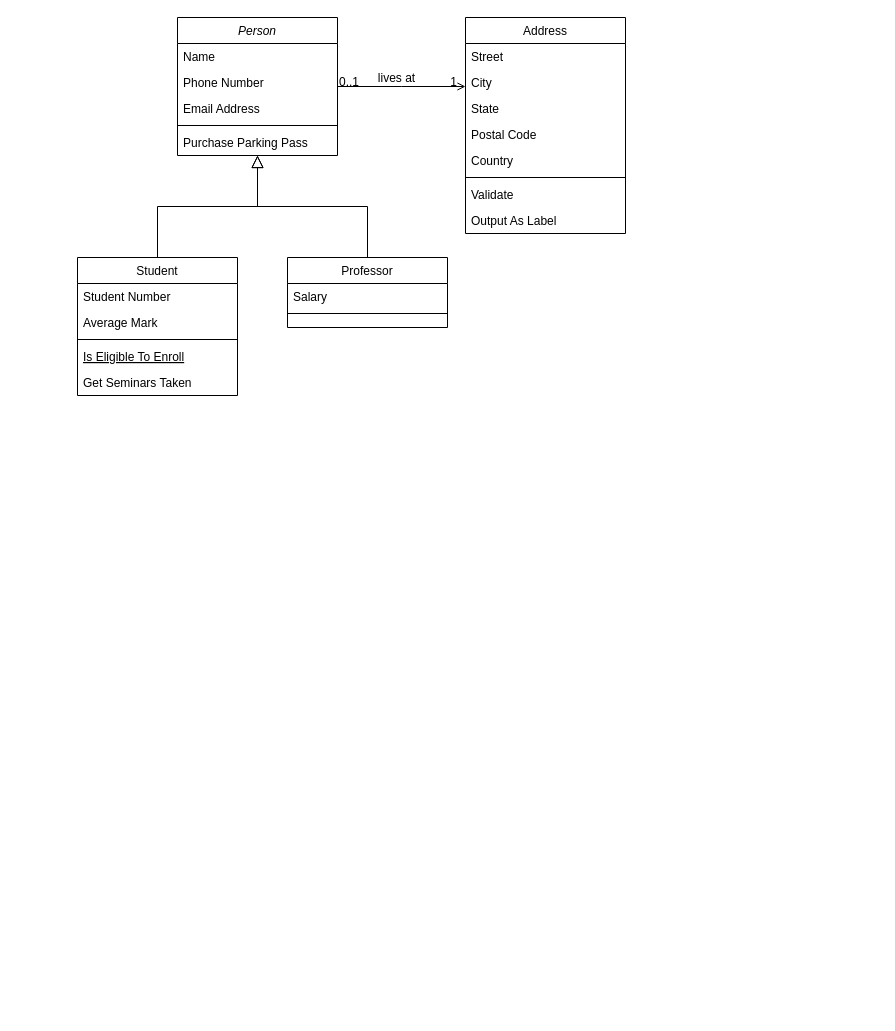
The draw.io diagram library.drawio in fkurushin/information_systems_architecture, before the edit. Source tidied: cells renumbered, new cells numbered last; positions are measured from the earlier drawing's top-left corner, leaving out a move shared by most shapes. Both pictures are drawn from the tidied source at 100%, with x=0, y=0 at pixel (77, 17).
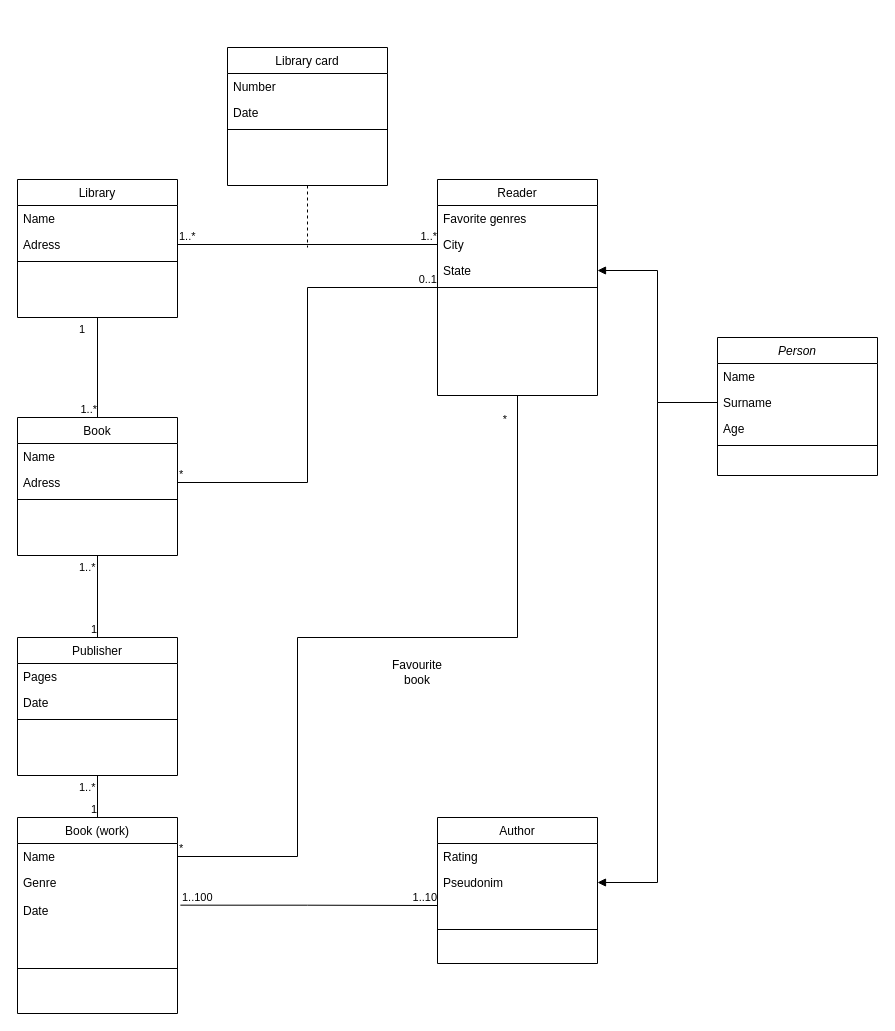
Above is the later version.

The change refers to these unchanged cells:
```xml
<mxCell id="21" value="City" style="text;align=left;verticalAlign=top;spacingLeft=4;spacingRight=4;overflow=hidden;points=[[0,0.5],[1,0.5]];portConstraint=eastwest;rounded=0;shadow=0;html=0;" parent="19" vertex="1">
  <mxGeometry y="52" width="160" height="26" as="geometry" />
</mxCell>
<mxCell id="22" value="State" style="text;align=left;verticalAlign=top;spacingLeft=4;spacingRight=4;overflow=hidden;points=[[0,0.5],[1,0.5]];portConstraint=eastwest;rounded=0;shadow=0;html=0;" parent="19" vertex="1">
  <mxGeometry y="78" width="160" height="26" as="geometry" />
</mxCell>
```

Diff of the diagram source:
```diff
@@
     <mxCell id="2" value="Person" style="swimlane;fontStyle=2;align=center;verticalAlign=top;horizontal=1;startSize=26;rounded=0;shadow=0;strokeWidth=1;" parent="1" vertex="1">
-      <mxGeometry x="100" width="160" height="138" as="geometry" />
+      <mxGeometry x="640" y="320" width="160" height="138" as="geometry" />
     </mxCell>
@@
-    <mxCell id="4" value="Phone Number" style="text;align=left;verticalAlign=top;spacingLeft=4;spacingRight=4;overflow=hidden;points=[[0,0.5],[1,0.5]];portConstraint=eastwest;rounded=0;shadow=0;html=0;" parent="2" vertex="1">
+    <mxCell id="4" value="Surname" style="text;align=left;verticalAlign=top;spacingLeft=4;spacingRight=4;overflow=hidden;points=[[0,0.5],[1,0.5]];portConstraint=eastwest;rounded=0;shadow=0;html=0;" parent="2" vertex="1">
       <mxGeometry y="52" width="160" height="26" as="geometry" />
     </mxCell>
-    <mxCell id="5" value="Email Address" style="text;align=left;verticalAlign=top;spacingLeft=4;spacingRight=4;overflow=hidden;rounded=0;shadow=0;html=0;" parent="2" vertex="1">
+    <mxCell id="5" value="Age" style="text;align=left;verticalAlign=top;spacingLeft=4;spacingRight=4;overflow=hidden;rounded=0;shadow=0;html=0;" parent="2" vertex="1">
       <mxGeometry y="78" width="160" height="26" as="geometry" />
     </mxCell>
@@
-    <mxCell id="7" value="Purchase Parking Pass" style="text;align=left;verticalAlign=top;spacingLeft=4;spacingRight=4;overflow=hidden;" parent="2" vertex="1">
-      <mxGeometry y="112" width="160" height="26" as="geometry" />
-    </mxCell>
-    <mxCell id="8" value="Student" style="swimlane;fontStyle=0;align=center;verticalAlign=top;horizontal=1;startSize=26;rounded=0;shadow=0;strokeWidth=1;" parent="1" vertex="1">
-      <mxGeometry y="240" width="160" height="138" as="geometry" />
+    <mxCell id="8" value="Library" style="swimlane;fontStyle=0;align=center;verticalAlign=top;horizontal=1;startSize=26;rounded=0;shadow=0;strokeWidth=1;" parent="1" vertex="1">
+      <mxGeometry x="-60" y="162" width="160" height="138" as="geometry" />
     </mxCell>
-    <mxCell id="9" value="Student Number" style="text;align=left;verticalAlign=top;spacingLeft=4;spacingRight=4;overflow=hidden;" parent="8" vertex="1">
+    <mxCell id="9" value="Name" style="text;align=left;verticalAlign=top;spacingLeft=4;spacingRight=4;overflow=hidden;" parent="8" vertex="1">
       <mxGeometry y="26" width="160" height="26" as="geometry" />
     </mxCell>
-    <mxCell id="10" value="Average Mark" style="text;align=left;verticalAlign=top;spacingLeft=4;spacingRight=4;overflow=hidden;points=[[0,0.5],[1,0.5]];portConstraint=eastwest;rounded=0;shadow=0;html=0;" parent="8" vertex="1">
+    <mxCell id="10" value="Adress" style="text;align=left;verticalAlign=top;spacingLeft=4;spacingRight=4;overflow=hidden;points=[[0,0.5],[1,0.5]];portConstraint=eastwest;rounded=0;shadow=0;html=0;" parent="8" vertex="1">
       <mxGeometry y="52" width="160" height="26" as="geometry" />
     </mxCell>
@@
-    <mxCell id="12" value="Is Eligible To Enroll" style="text;align=left;verticalAlign=top;spacingLeft=4;spacingRight=4;overflow=hidden;fontStyle=4;" parent="8" vertex="1">
-      <mxGeometry y="86" width="160" height="26" as="geometry" />
-    </mxCell>
-    <mxCell id="13" value="Get Seminars Taken" style="text;align=left;verticalAlign=top;spacingLeft=4;spacingRight=4;overflow=hidden;" parent="8" vertex="1">
-      <mxGeometry y="112" width="160" height="26" as="geometry" />
-    </mxCell>
-    <mxCell id="14" style="endArrow=block;endSize=10;endFill=0;shadow=0;strokeWidth=1;rounded=0;edgeStyle=elbowEdgeStyle;elbow=vertical;" parent="1" edge="1" source="8" target="2">
-      <mxGeometry relative="1" as="geometry" />
-    </mxCell>
-    <mxCell id="15" value="Professor" style="swimlane;fontStyle=0;align=center;verticalAlign=top;horizontal=1;startSize=26;rounded=0;shadow=0;strokeWidth=1;" parent="1" vertex="1">
-      <mxGeometry x="210" y="240" width="160" height="70" as="geometry" />
+    <mxCell id="15" value="Author" style="swimlane;fontStyle=0;align=center;verticalAlign=top;horizontal=1;startSize=26;rounded=0;shadow=0;strokeWidth=1;" parent="1" vertex="1">
+      <mxGeometry x="360" y="800" width="160" height="146" as="geometry" />
     </mxCell>
-    <mxCell id="16" value="Salary" style="text;align=left;verticalAlign=top;spacingLeft=4;spacingRight=4;overflow=hidden;" parent="15" vertex="1">
+    <mxCell id="16" value="Rating" style="text;align=left;verticalAlign=top;spacingLeft=4;spacingRight=4;overflow=hidden;" parent="15" vertex="1">
       <mxGeometry y="26" width="160" height="26" as="geometry" />
     </mxCell>
+    <mxCell id="32" value="Pseudonim" style="text;align=left;verticalAlign=top;spacingLeft=4;spacingRight=4;overflow=hidden;points=[[0,0.5],[1,0.5]];portConstraint=eastwest;" parent="15" vertex="1">
+      <mxGeometry y="52" width="160" height="26" as="geometry" />
+    </mxCell>
     <mxCell id="17" style="line;html=1;strokeWidth=1;align=left;verticalAlign=middle;spacingTop=-1;spacingLeft=3;spacingRight=3;labelPosition=right;" parent="15" vertex="1">
-      <mxGeometry y="52" width="160" height="8" as="geometry" />
+      <mxGeometry y="78" width="160" height="68" as="geometry" />
     </mxCell>
-    <mxCell id="18" style="endArrow=block;endSize=10;endFill=0;shadow=0;strokeWidth=1;rounded=0;edgeStyle=elbowEdgeStyle;elbow=vertical;" parent="1" edge="1" source="15" target="2">
-      <mxGeometry relative="1" as="geometry" />
-    </mxCell>
-    <mxCell id="19" value="Address" style="swimlane;fontStyle=0;align=center;verticalAlign=top;horizontal=1;startSize=26;rounded=0;shadow=0;strokeWidth=1;" parent="1" vertex="1">
-      <mxGeometry x="388" width="160" height="216" as="geometry" />
+    <mxCell id="19" value="Reader" style="swimlane;fontStyle=0;align=center;verticalAlign=top;horizontal=1;startSize=26;rounded=0;shadow=0;strokeWidth=1;" parent="1" vertex="1">
+      <mxGeometry x="360" y="162" width="160" height="216" as="geometry" />
     </mxCell>
-    <mxCell id="20" value="Street" style="text;align=left;verticalAlign=top;spacingLeft=4;spacingRight=4;overflow=hidden;" parent="19" vertex="1">
+    <mxCell id="20" value="Favorite genres" style="text;align=left;verticalAlign=top;spacingLeft=4;spacingRight=4;overflow=hidden;" parent="19" vertex="1">
       <mxGeometry y="26" width="160" height="26" as="geometry" />
     </mxCell>
@@
-    <mxCell id="23" value="Postal Code" style="text;align=left;verticalAlign=top;spacingLeft=4;spacingRight=4;overflow=hidden;rounded=0;shadow=0;html=0;" parent="19" vertex="1">
-      <mxGeometry y="104" width="160" height="26" as="geometry" />
-    </mxCell>
-    <mxCell id="24" value="Country" style="text;align=left;verticalAlign=top;spacingLeft=4;spacingRight=4;overflow=hidden;rounded=0;shadow=0;html=0;" parent="19" vertex="1">
-      <mxGeometry y="130" width="160" height="26" as="geometry" />
-    </mxCell>
     <mxCell id="25" style="line;html=1;strokeWidth=1;align=left;verticalAlign=middle;spacingTop=-1;spacingLeft=3;spacingRight=3;labelPosition=right;" parent="19" vertex="1">
-      <mxGeometry y="156" width="160" height="8" as="geometry" />
+      <mxGeometry y="104" width="160" height="8" as="geometry" />
     </mxCell>
-    <mxCell id="26" value="Validate" style="text;align=left;verticalAlign=top;spacingLeft=4;spacingRight=4;overflow=hidden;" parent="19" vertex="1">
-      <mxGeometry y="164" width="160" height="26" as="geometry" />
-    </mxCell>
-    <mxCell id="27" value="Output As Label" style="text;align=left;verticalAlign=top;spacingLeft=4;spacingRight=4;overflow=hidden;" parent="19" vertex="1">
-      <mxGeometry y="190" width="160" height="26" as="geometry" />
-    </mxCell>
-    <mxCell id="28" style="endArrow=open;shadow=0;strokeWidth=1;rounded=0;endFill=1;edgeStyle=elbowEdgeStyle;elbow=vertical;" parent="1" edge="1" source="2" target="19">
-      <mxGeometry x="0.5" y="41" relative="1" as="geometry">
-        <mxPoint x="-40" y="32" as="offset" />
-      </mxGeometry>
-    </mxCell>
+    <mxCell id="33" style="endArrow=block;endFill=1;html=1;edgeStyle=orthogonalEdgeStyle;align=left;verticalAlign=top;rounded=0;entryX=1;entryY=0.5;entryDx=0;entryDy=0;exitX=0;exitY=0.5;exitDx=0;exitDy=0;" parent="1" edge="1" source="4" target="32">
+      <mxGeometry x="0.12" y="40" relative="1" as="geometry" />
+    </mxCell>
+    <mxCell id="34" style="endArrow=block;endFill=1;html=1;edgeStyle=orthogonalEdgeStyle;align=left;verticalAlign=top;rounded=0;entryX=1;entryY=0.5;entryDx=0;entryDy=0;exitX=0;exitY=0.5;exitDx=0;exitDy=0;" parent="1" edge="1" source="4" target="22">
+      <mxGeometry x="-1" relative="1" as="geometry" />
+    </mxCell>
+    <mxCell id="35" style="endArrow=none;html=1;edgeStyle=orthogonalEdgeStyle;rounded=0;exitX=1;exitY=0.5;exitDx=0;exitDy=0;entryX=0;entryY=0.5;entryDx=0;entryDy=0;" parent="1" edge="1" source="10" target="21">
+      <mxGeometry relative="1" as="geometry" />
+    </mxCell>
+    <mxCell id="36" value="1..*" style="edgeLabel;html=1;align=left;verticalAlign=bottom;" parent="35" vertex="1">
+      <mxGeometry x="-1" relative="1" as="geometry" />
+    </mxCell>
+    <mxCell id="37" value="1..*" style="edgeLabel;html=1;align=right;verticalAlign=bottom;" parent="35" vertex="1">
+      <mxGeometry x="1" relative="1" as="geometry" />
+    </mxCell>
+    <mxCell id="38" value="Book" style="swimlane;fontStyle=0;align=center;verticalAlign=top;horizontal=1;startSize=26;rounded=0;shadow=0;strokeWidth=1;" parent="1" vertex="1">
+      <mxGeometry x="-60" y="400" width="160" height="138" as="geometry" />
+    </mxCell>
+    <mxCell id="39" value="Name" style="text;align=left;verticalAlign=top;spacingLeft=4;spacingRight=4;overflow=hidden;" parent="38" vertex="1">
+      <mxGeometry y="26" width="160" height="26" as="geometry" />
+    </mxCell>
+    <mxCell id="40" value="Adress" style="text;align=left;verticalAlign=top;spacingLeft=4;spacingRight=4;overflow=hidden;points=[[0,0.5],[1,0.5]];portConstraint=eastwest;rounded=0;shadow=0;html=0;" parent="38" vertex="1">
+      <mxGeometry y="52" width="160" height="26" as="geometry" />
+    </mxCell>
+    <mxCell id="41" style="line;html=1;strokeWidth=1;align=left;verticalAlign=middle;spacingTop=-1;spacingLeft=3;spacingRight=3;labelPosition=right;" parent="38" vertex="1">
+      <mxGeometry y="78" width="160" height="8" as="geometry" />
+    </mxCell>
+    <mxCell id="42" style="endArrow=none;html=1;edgeStyle=orthogonalEdgeStyle;rounded=0;exitX=0.5;exitY=1;exitDx=0;exitDy=0;entryX=0.5;entryY=0;entryDx=0;entryDy=0;" parent="1" edge="1" source="8" target="38">
+      <mxGeometry relative="1" as="geometry" />
+    </mxCell>
+    <mxCell id="43" value="1" style="edgeLabel;html=1;align=left;verticalAlign=bottom;" parent="42" vertex="1">
+      <mxGeometry x="-1" relative="1" as="geometry">
+        <mxPoint x="-20" y="20" as="offset" />
+      </mxGeometry>
+    </mxCell>
+    <mxCell id="44" value="1..*" style="edgeLabel;html=1;align=right;verticalAlign=bottom;" parent="42" vertex="1">
+      <mxGeometry x="1" relative="1" as="geometry" />
+    </mxCell>
+    <mxCell id="45" value="Publisher" style="swimlane;fontStyle=0;align=center;verticalAlign=top;horizontal=1;startSize=26;rounded=0;shadow=0;strokeWidth=1;" parent="1" vertex="1">
+      <mxGeometry x="-60" y="620" width="160" height="138" as="geometry" />
+    </mxCell>
+    <mxCell id="46" value="Pages" style="text;align=left;verticalAlign=top;spacingLeft=4;spacingRight=4;overflow=hidden;" parent="45" vertex="1">
+      <mxGeometry y="26" width="160" height="26" as="geometry" />
+    </mxCell>
+    <mxCell id="47" value="Date" style="text;align=left;verticalAlign=top;spacingLeft=4;spacingRight=4;overflow=hidden;rounded=0;shadow=0;html=0;" parent="45" vertex="1">
+      <mxGeometry y="52" width="160" height="26" as="geometry" />
+    </mxCell>
+    <mxCell id="48" style="line;html=1;strokeWidth=1;align=left;verticalAlign=middle;spacingTop=-1;spacingLeft=3;spacingRight=3;labelPosition=right;" parent="45" vertex="1">
+      <mxGeometry y="78" width="160" height="8" as="geometry" />
+    </mxCell>
+    <mxCell id="49" style="endArrow=none;html=1;edgeStyle=orthogonalEdgeStyle;rounded=0;exitX=0.5;exitY=1;exitDx=0;exitDy=0;entryX=0.5;entryY=0;entryDx=0;entryDy=0;" parent="1" edge="1" source="38" target="45">
+      <mxGeometry relative="1" as="geometry" />
+    </mxCell>
+    <mxCell id="50" value="1..*" style="edgeLabel;html=1;align=left;verticalAlign=bottom;" parent="49" vertex="1">
+      <mxGeometry x="-1" relative="1" as="geometry">
+        <mxPoint x="-20" y="20" as="offset" />
+      </mxGeometry>
+    </mxCell>
+    <mxCell id="51" value="1" style="edgeLabel;html=1;align=right;verticalAlign=bottom;" parent="49" vertex="1">
+      <mxGeometry x="1" relative="1" as="geometry" />
+    </mxCell>
+    <mxCell id="52" value="Book (work)" style="swimlane;fontStyle=0;align=center;verticalAlign=top;horizontal=1;startSize=26;rounded=0;shadow=0;strokeWidth=1;" parent="1" vertex="1">
+      <mxGeometry x="-60" y="800" width="160" height="196" as="geometry" />
+    </mxCell>
+    <mxCell id="53" value="Name" style="text;align=left;verticalAlign=top;spacingLeft=4;spacingRight=4;overflow=hidden;points=[[0,0.5],[1,0.5]];portConstraint=eastwest;" parent="52" vertex="1">
+      <mxGeometry y="26" width="160" height="26" as="geometry" />
+    </mxCell>
+    <mxCell id="54" value="Genre" style="text;align=left;verticalAlign=top;spacingLeft=4;spacingRight=4;overflow=hidden;rounded=0;shadow=0;html=0;" parent="52" vertex="1">
+      <mxGeometry y="52" width="160" height="28" as="geometry" />
+    </mxCell>
+    <mxCell id="55" value="Date" style="text;align=left;verticalAlign=top;spacingLeft=4;spacingRight=4;overflow=hidden;points=[[0,0.5],[1,0.5]];portConstraint=eastwest;rounded=0;shadow=0;html=0;" parent="52" vertex="1">
+      <mxGeometry y="80" width="160" height="26" as="geometry" />
+    </mxCell>
+    <mxCell id="56" style="line;html=1;strokeWidth=1;align=left;verticalAlign=middle;spacingTop=-1;spacingLeft=3;spacingRight=3;labelPosition=right;" parent="52" vertex="1">
+      <mxGeometry y="106" width="160" height="90" as="geometry" />
+    </mxCell>
+    <mxCell id="57" style="endArrow=none;html=1;edgeStyle=orthogonalEdgeStyle;rounded=0;exitX=1.018;exitY=0.295;exitDx=0;exitDy=0;exitPerimeter=0;" parent="1" edge="1" source="55">
+      <mxGeometry relative="1" as="geometry">
+        <mxPoint x="360" y="888" as="targetPoint" />
+      </mxGeometry>
+    </mxCell>
+    <mxCell id="58" value="1..100" style="edgeLabel;html=1;align=left;verticalAlign=bottom;" parent="57" vertex="1">
+      <mxGeometry x="-1" relative="1" as="geometry" />
+    </mxCell>
+    <mxCell id="59" value="1..10" style="edgeLabel;html=1;align=right;verticalAlign=bottom;" parent="57" vertex="1">
+      <mxGeometry x="1" relative="1" as="geometry" />
+    </mxCell>
+    <mxCell id="60" style="endArrow=none;html=1;edgeStyle=orthogonalEdgeStyle;rounded=0;exitX=0.5;exitY=1;exitDx=0;exitDy=0;entryX=0.5;entryY=0;entryDx=0;entryDy=0;" parent="1" edge="1" source="45" target="52">
+      <mxGeometry relative="1" as="geometry" />
+    </mxCell>
+    <mxCell id="61" value="1..*" style="edgeLabel;html=1;align=left;verticalAlign=bottom;" parent="60" vertex="1">
+      <mxGeometry x="-1" relative="1" as="geometry">
+        <mxPoint x="-20" y="20" as="offset" />
+      </mxGeometry>
+    </mxCell>
+    <mxCell id="62" value="1" style="edgeLabel;html=1;align=right;verticalAlign=bottom;" parent="60" vertex="1">
+      <mxGeometry x="1" relative="1" as="geometry" />
+    </mxCell>
+    <mxCell id="63" style="endArrow=none;html=1;edgeStyle=orthogonalEdgeStyle;rounded=0;exitX=1;exitY=0.5;exitDx=0;exitDy=0;entryX=0.5;entryY=1;entryDx=0;entryDy=0;" parent="1" edge="1" source="53" target="19">
+      <mxGeometry relative="1" as="geometry">
+        <Array as="points">
+          <mxPoint x="220" y="839" />
+          <mxPoint x="220" y="620" />
+          <mxPoint x="440" y="620" />
+        </Array>
+      </mxGeometry>
+    </mxCell>
+    <mxCell id="64" value="*" style="edgeLabel;html=1;align=left;verticalAlign=bottom;" parent="63" vertex="1">
+      <mxGeometry x="-1" relative="1" as="geometry" />
+    </mxCell>
+    <mxCell id="65" value="*" style="edgeLabel;html=1;align=right;verticalAlign=bottom;" parent="63" vertex="1">
+      <mxGeometry x="1" relative="1" as="geometry">
+        <mxPoint x="-10" y="32" as="offset" />
+      </mxGeometry>
+    </mxCell>
+    <mxCell id="66" value="Favourite book" style="text;html=1;strokeColor=none;fillColor=none;align=center;verticalAlign=middle;whiteSpace=wrap;rounded=0;" parent="1" vertex="1">
+      <mxGeometry x="310" y="640" width="60" height="30" as="geometry" />
+    </mxCell>
+    <mxCell id="67" style="endArrow=none;html=1;edgeStyle=orthogonalEdgeStyle;rounded=0;exitX=1;exitY=0.5;exitDx=0;exitDy=0;entryX=0;entryY=0.5;entryDx=0;entryDy=0;" parent="1" edge="1" source="40" target="19">
+      <mxGeometry relative="1" as="geometry" />
+    </mxCell>
+    <mxCell id="68" value="*" style="edgeLabel;html=1;align=left;verticalAlign=bottom;" parent="67" vertex="1">
+      <mxGeometry x="-1" relative="1" as="geometry" />
+    </mxCell>
-    <mxCell id="29" value="0..1" style="align=left;verticalAlign=bottom;labelBackgroundColor=none;fontSize=12;" parent="28" vertex="1">
-      <mxGeometry x="-1" relative="1" as="geometry">
-        <mxPoint y="4" as="offset" />
-      </mxGeometry>
+    <mxCell id="29" value="0..1" style="edgeLabel;html=1;align=right;verticalAlign=bottom;" parent="67" vertex="1">
+      <mxGeometry x="1" relative="1" as="geometry" />
     </mxCell>
-    <mxCell id="30" value="1" style="align=right;verticalAlign=bottom;labelBackgroundColor=none;fontSize=12;" parent="28" vertex="1">
-      <mxGeometry x="1" relative="1" as="geometry">
-        <mxPoint x="-7" y="4" as="offset" />
-      </mxGeometry>
-    </mxCell>
-    <mxCell id="31" value="lives at" style="text;html=1;align=center;verticalAlign=middle;labelBackgroundColor=none;rounded=0;shadow=0;strokeWidth=1;fontSize=12;" parent="28" vertex="1">
-      <mxGeometry x="0.5" y="49" relative="1" as="geometry">
-        <mxPoint x="-38" y="40" as="offset" />
-      </mxGeometry>
-    </mxCell>
+    <mxCell id="69" value="Library card" style="swimlane;fontStyle=0;align=center;verticalAlign=top;horizontal=1;startSize=26;rounded=0;shadow=0;strokeWidth=1;" parent="1" vertex="1">
+      <mxGeometry x="150" y="30" width="160" height="138" as="geometry" />
+    </mxCell>
+    <mxCell id="70" value="Number" style="text;align=left;verticalAlign=top;spacingLeft=4;spacingRight=4;overflow=hidden;" parent="69" vertex="1">
+      <mxGeometry y="26" width="160" height="26" as="geometry" />
+    </mxCell>
+    <mxCell id="71" value="Date" style="text;align=left;verticalAlign=top;spacingLeft=4;spacingRight=4;overflow=hidden;rounded=0;shadow=0;html=0;" parent="69" vertex="1">
+      <mxGeometry y="52" width="160" height="26" as="geometry" />
+    </mxCell>
+    <mxCell id="72" style="line;html=1;strokeWidth=1;align=left;verticalAlign=middle;spacingTop=-1;spacingLeft=3;spacingRight=3;labelPosition=right;" parent="69" vertex="1">
+      <mxGeometry y="78" width="160" height="8" as="geometry" />
+    </mxCell>
+    <mxCell id="73" style="endArrow=none;dashed=1;html=1;rounded=0;exitX=0.5;exitY=1;exitDx=0;exitDy=0;" parent="1" edge="1" source="69">
+      <mxGeometry relative="1" as="geometry">
+        <mxPoint x="230" y="230" as="targetPoint" />
+      </mxGeometry>
+    </mxCell>
```
